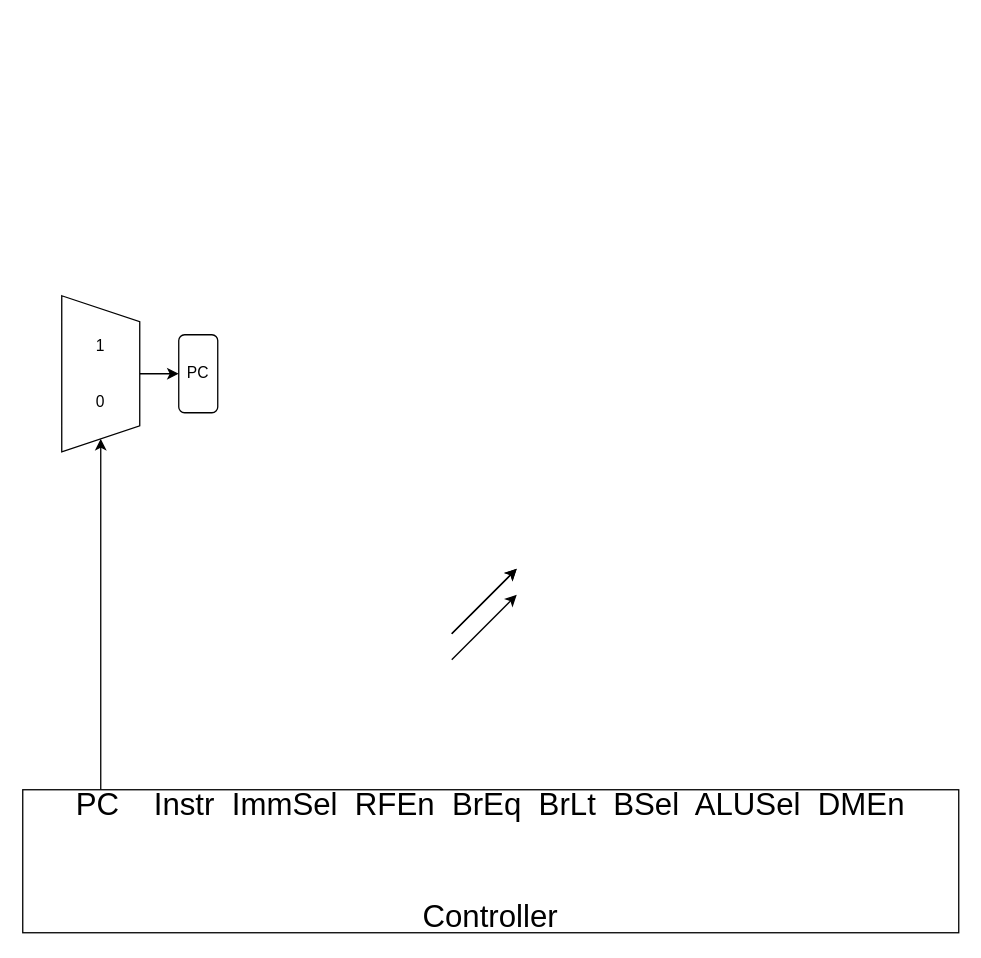
This is Computer-Organization/datapath.drawio from Yijia-Xiao/MyProjects, a draw.io file, before an edit. Source tidied: cells renumbered, new cells numbered last; positions are measured from the earlier drawing's top-left corner, leaving out a move shared by most shapes. Both pictures are drawn from the tidied source at 130%, with x=0, y=0 at pixel (22, 295).
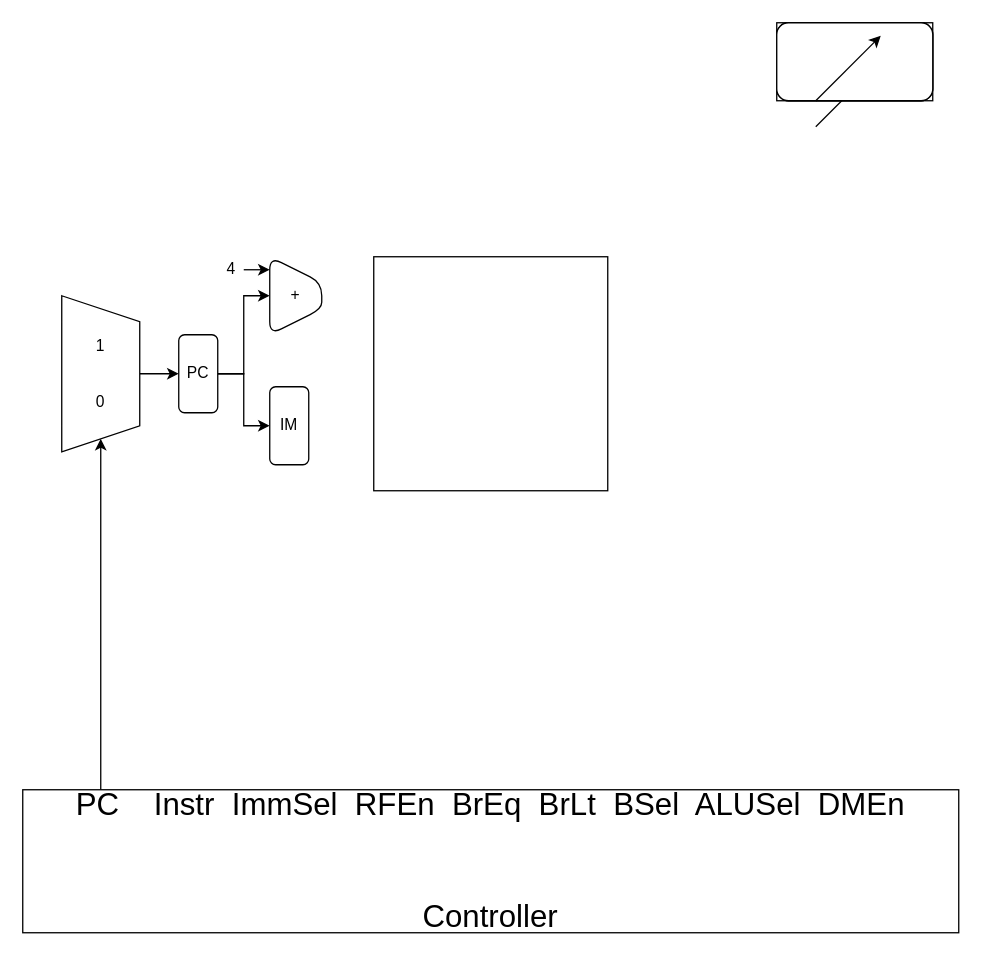
The same diagram, later.

The change refers to these unchanged cells:
```xml
<mxCell id="9" value="PC" style="rounded=1;whiteSpace=wrap;html=1;" parent="1" vertex="1">
  <mxGeometry x="120" y="30" width="30" height="60" as="geometry" />
</mxCell>
```

The edit, as a diff of the source:
```diff
@@
     <mxCell id="4" style="endArrow=classic;html=1;" parent="1" edge="1">
       <mxGeometry relative="1" as="geometry">
-        <mxPoint x="330" y="280" as="sourcePoint" />
-        <mxPoint x="380" y="230" as="targetPoint" />
+        <mxPoint x="610" y="-130" as="sourcePoint" />
+        <mxPoint x="660" y="-180" as="targetPoint" />
       </mxGeometry>
     </mxCell>
@@
     <mxCell id="7" style="endArrow=classic;html=1;" parent="1" edge="1">
       <mxGeometry relative="1" as="geometry">
-        <mxPoint x="330" y="260" as="sourcePoint" />
-        <mxPoint x="380" y="210" as="targetPoint" />
+        <mxPoint x="610" y="-150" as="sourcePoint" />
+        <mxPoint x="660" y="-200" as="targetPoint" />
       </mxGeometry>
     </mxCell>
     <mxCell id="8" style="endArrow=classic;html=1;" parent="1" edge="1">
       <mxGeometry relative="1" as="geometry">
-        <mxPoint x="330" y="260" as="sourcePoint" />
-        <mxPoint x="380" y="210" as="targetPoint" />
+        <mxPoint x="610" y="-150" as="sourcePoint" />
+        <mxPoint x="660" y="-200" as="targetPoint" />
       </mxGeometry>
     </mxCell>
+    <mxCell id="10" style="edgeStyle=orthogonalEdgeStyle;rounded=0;jettySize=auto;html=1;" parent="1" edge="1" source="9" target="13">
+      <mxGeometry relative="1" as="geometry" />
+    </mxCell>
+    <mxCell id="11" style="edgeStyle=orthogonalEdgeStyle;rounded=0;jettySize=auto;html=1;entryX=0;entryY=0.5;entryDx=0;entryDy=0;" parent="1" edge="1" source="9" target="20">
+      <mxGeometry relative="1" as="geometry" />
+    </mxCell>
@@
+    <mxCell id="12" style="endArrow=classic;html=1;" parent="1" edge="1">
+      <mxGeometry relative="1" as="geometry">
+        <mxPoint x="610" y="-150" as="sourcePoint" />
+        <mxPoint x="660" y="-200" as="targetPoint" />
+      </mxGeometry>
+    </mxCell>
+    <mxCell id="13" value="+" style="shape=trapezoid;perimeter=trapezoidPerimeter;whiteSpace=wrap;html=1;fixedSize=1;rounded=1;direction=south;" parent="1" vertex="1">
+      <mxGeometry x="190" y="-30" width="40" height="60" as="geometry" />
+    </mxCell>
+    <mxCell id="14" style="endArrow=classic;html=1;" parent="1" edge="1">
+      <mxGeometry relative="1" as="geometry">
+        <mxPoint x="610" y="-150" as="sourcePoint" />
+        <mxPoint x="660" y="-200" as="targetPoint" />
+      </mxGeometry>
+    </mxCell>
+    <mxCell id="15" style="edgeStyle=orthogonalEdgeStyle;rounded=0;jettySize=auto;html=1;" parent="1" edge="1" source="16">
+      <mxGeometry relative="1" as="geometry">
+        <mxPoint x="190" y="-20" as="targetPoint" />
+      </mxGeometry>
+    </mxCell>
+    <mxCell id="16" value="4" style="text;html=1;align=center;verticalAlign=middle;points=[];" parent="1" vertex="1">
+      <mxGeometry x="150" y="-30" width="20" height="20" as="geometry" />
+    </mxCell>
+    <mxCell id="17" style="rounded=0;whiteSpace=wrap;html=1;" parent="1" vertex="1">
+      <mxGeometry x="580" y="-210" width="120" height="60" as="geometry" />
+    </mxCell>
+    <mxCell id="18" style="rounded=1;whiteSpace=wrap;html=1;" parent="1" vertex="1">
+      <mxGeometry x="580" y="-210" width="120" height="60" as="geometry" />
+    </mxCell>
+    <mxCell id="19" style="rounded=1;whiteSpace=wrap;html=1;" parent="1" vertex="1">
+      <mxGeometry x="580" y="-210" width="120" height="60" as="geometry" />
+    </mxCell>
+    <mxCell id="20" value="IM" style="rounded=1;whiteSpace=wrap;html=1;" parent="1" vertex="1">
+      <mxGeometry x="190" y="70" width="30" height="60" as="geometry" />
+    </mxCell>
+    <mxCell id="21" style="endArrow=classic;html=1;" parent="1" edge="1">
+      <mxGeometry relative="1" as="geometry">
+        <mxPoint x="610" y="-150" as="sourcePoint" />
+        <mxPoint x="660" y="-200" as="targetPoint" />
+      </mxGeometry>
+    </mxCell>
+    <mxCell id="22" style="whiteSpace=wrap;html=1;" parent="1" vertex="1">
+      <mxGeometry x="270" y="-30" width="180" height="180" as="geometry" />
+    </mxCell>
```
